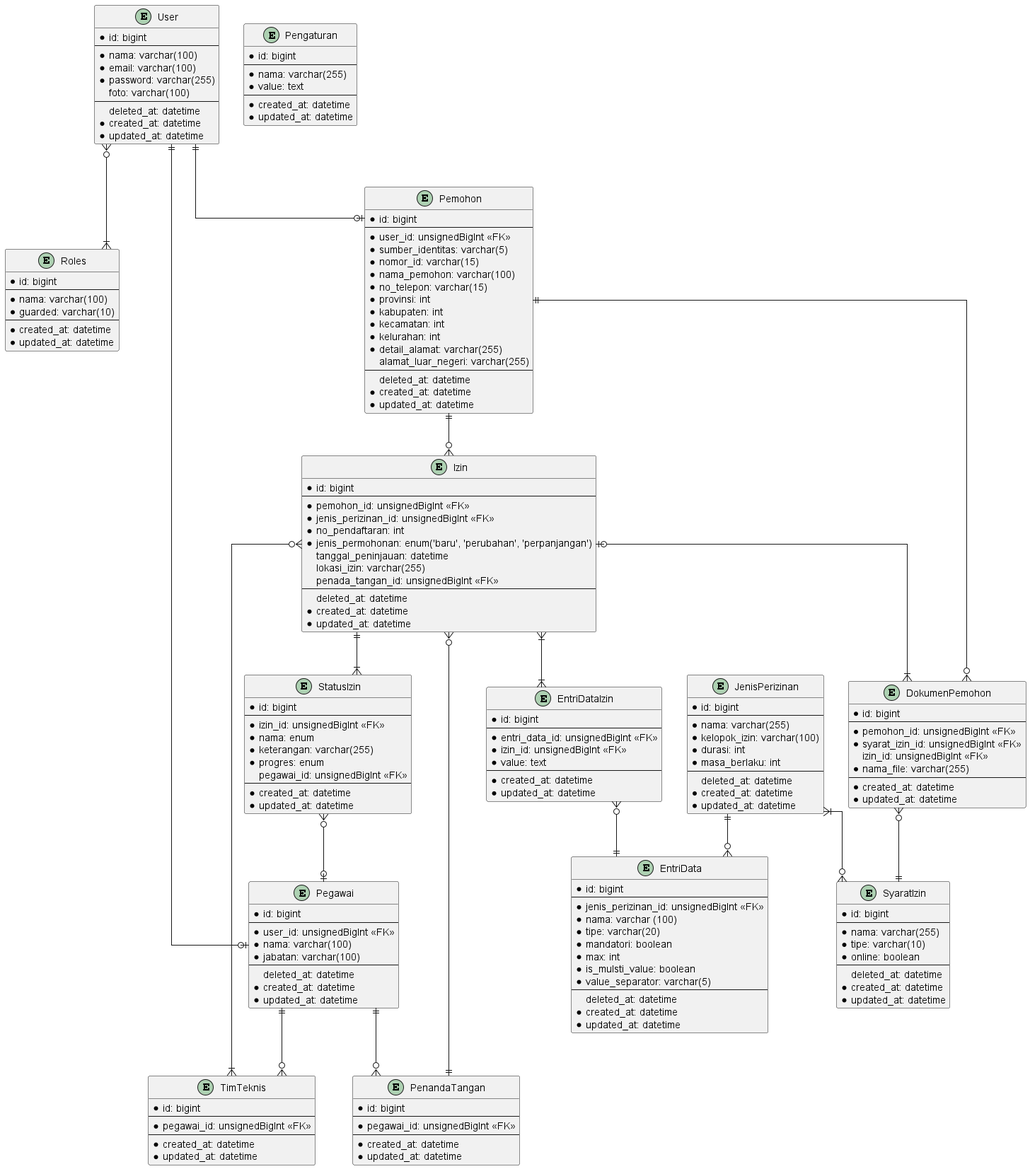
maleolabs/nest-nestara-web keeps this PlantUML diagram as docs/diagrams/out/pmptsp.png. Above is the earlier version.
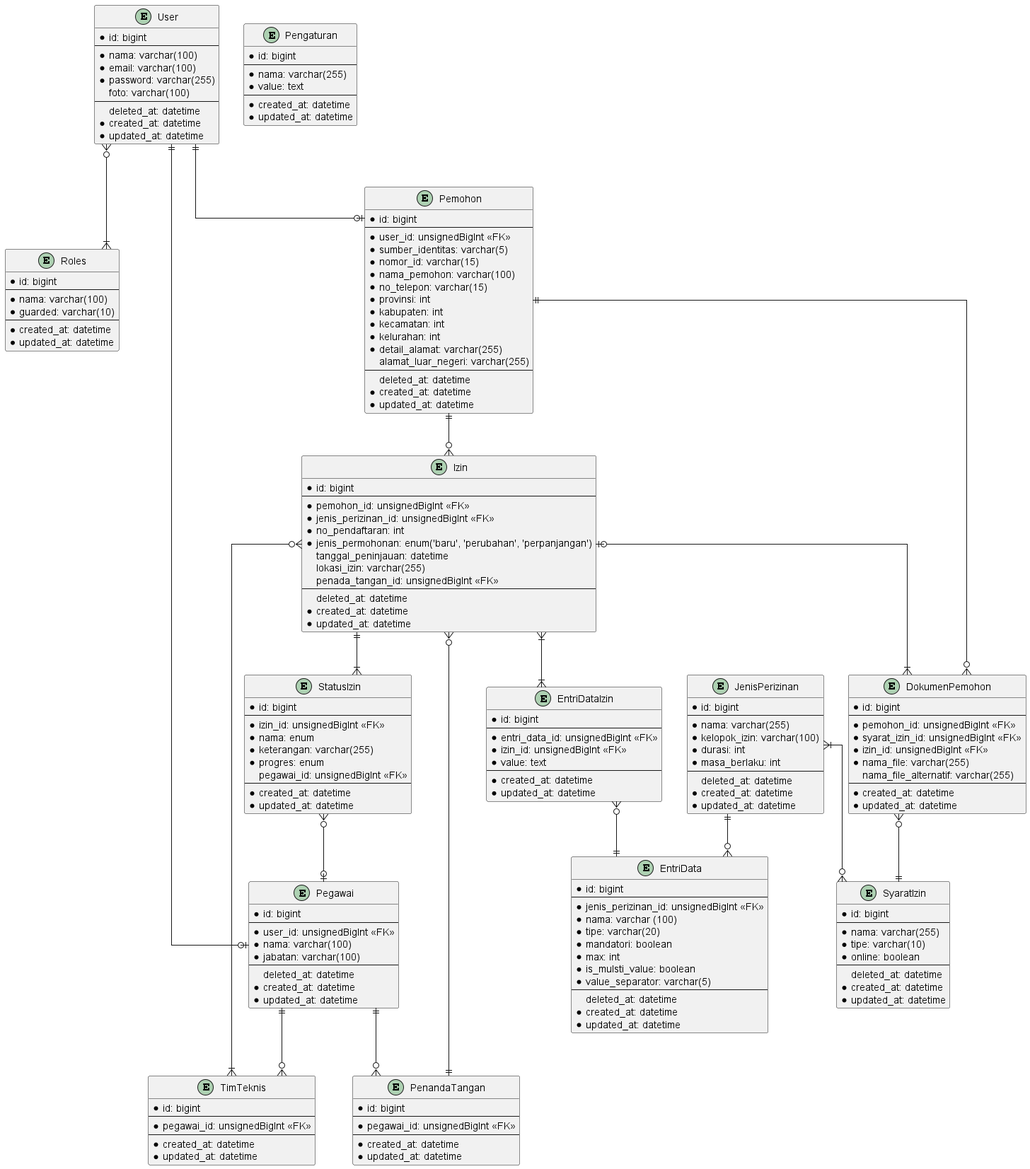
After the commit.

The edit, as a diff of the source:
```diff
@@ -121,8 +121,9 @@
     --
     * pemohon_id: unsignedBigInt <<FK>>
     * syarat_izin_id: unsignedBigInt <<FK>>
-      izin_id: unsignedBigInt <<FK>>
+    * izin_id: unsignedBigInt <<FK>>
     * nama_file: varchar(255)
+      nama_file_alternatif: varchar(255)
     --
     * created_at: datetime
     * updated_at: datetime
```
